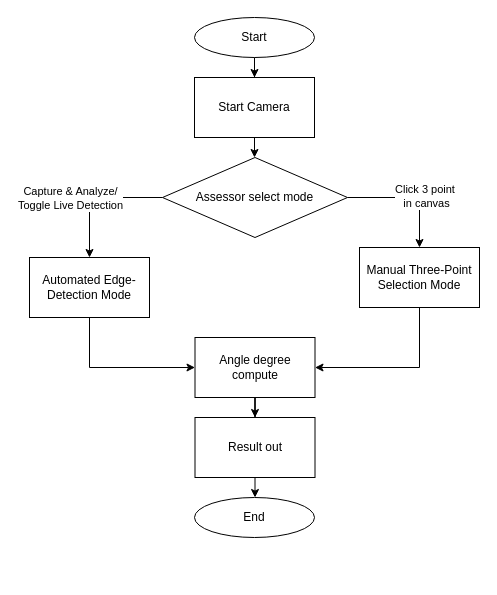
This is page "Page-2" (2 of 2) of Untitled Diagram 1.drawio from yumilor/yumilor, a draw.io file, before an edit. Source tidied: cells renumbered, new cells numbered last; positions are measured from the earlier drawing's top-left corner, leaving out a move shared by most shapes. Both pictures are drawn from the tidied source at 100%, with x=0, y=0 at pixel (29, 17).
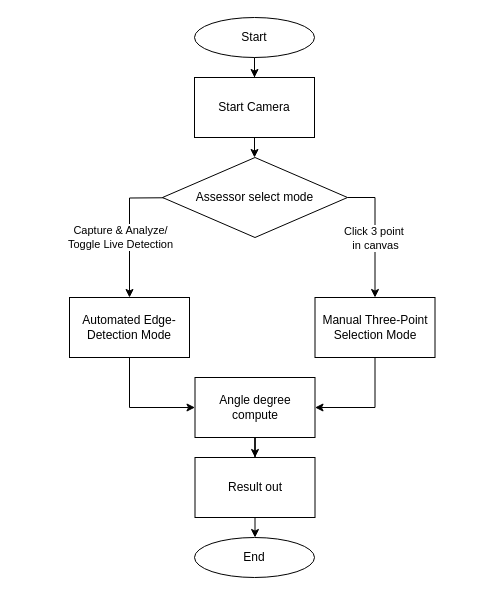
The same page after the edit.

The change refers to these unchanged cells:
```xml
<mxCell id="10" value="Assessor select mode" style="rhombus;whiteSpace=wrap;html=1;" parent="1" vertex="1">
  <mxGeometry x="133" y="140" width="185" height="80" as="geometry" />
</mxCell>
```

The edit, as a diff of the source:
```diff
@@
-    <mxCell id="6" style="edgeStyle=orthogonalEdgeStyle;rounded=0;jettySize=auto;html=1;" parent="1" edge="1" source="10" target="12">
-      <mxGeometry relative="1" as="geometry" />
+    <mxCell id="6" style="edgeStyle=orthogonalEdgeStyle;rounded=0;jettySize=auto;html=1;" parent="1" edge="1" target="12">
+      <mxGeometry relative="1" as="geometry">
+        <mxPoint x="173" y="180" as="sourcePoint" />
+      </mxGeometry>
     </mxCell>
     <mxCell id="7" value="&lt;div&gt;Capture &amp;amp; Analyze/&lt;/div&gt;&lt;div&gt;Toggle Live Detection&lt;/div&gt;" style="edgeLabel;html=1;align=center;verticalAlign=middle;" parent="6" vertex="1">
       <mxGeometry x="-0.01" relative="1" as="geometry">
-        <mxPoint x="-27" as="offset" />
+        <mxPoint x="-10" y="27" as="offset" />
       </mxGeometry>
     </mxCell>
-    <mxCell id="8" style="edgeStyle=orthogonalEdgeStyle;rounded=0;jettySize=auto;html=1;" parent="1" edge="1" source="10" target="14">
+    <mxCell id="8" style="edgeStyle=orthogonalEdgeStyle;rounded=0;jettySize=auto;html=1;exitX=1;exitY=0.5;exitDx=0;exitDy=0;" parent="1" edge="1" source="10" target="14">
       <mxGeometry relative="1" as="geometry" />
     </mxCell>
     <mxCell id="9" value="&lt;div&gt;Click 3 point&amp;nbsp;&lt;/div&gt;&lt;div&gt;in canvas&lt;/div&gt;" style="edgeLabel;html=1;align=center;verticalAlign=middle;" parent="8" vertex="1">
       <mxGeometry x="0.21" y="-4" relative="1" as="geometry">
-        <mxPoint x="10" y="-4" as="offset" />
+        <mxPoint x="4" y="-9" as="offset" />
       </mxGeometry>
     </mxCell>
@@
     <mxCell id="12" value="Automated Edge-Detection Mode" style="whiteSpace=wrap;html=1;" parent="1" vertex="1">
-      <mxGeometry y="240" width="120" height="60" as="geometry" />
+      <mxGeometry x="40" y="280" width="120" height="60" as="geometry" />
     </mxCell>
@@
     <mxCell id="14" value="Manual Three-Point Selection Mode" style="whiteSpace=wrap;html=1;" parent="1" vertex="1">
-      <mxGeometry x="330" y="230" width="120" height="60" as="geometry" />
+      <mxGeometry x="285.5" y="280" width="120" height="60" as="geometry" />
     </mxCell>
@@
     <mxCell id="16" value="Angle degree compute" style="whiteSpace=wrap;html=1;" parent="1" vertex="1">
-      <mxGeometry x="165.5" y="320" width="120" height="60" as="geometry" />
+      <mxGeometry x="165.5" y="360" width="120" height="60" as="geometry" />
     </mxCell>
@@
     <mxCell id="18" value="Result out" style="whiteSpace=wrap;html=1;" parent="1" vertex="1">
-      <mxGeometry x="165.5" y="400" width="120" height="60" as="geometry" />
+      <mxGeometry x="165.5" y="440" width="120" height="60" as="geometry" />
     </mxCell>
     <mxCell id="19" value="End" style="ellipse;whiteSpace=wrap;html=1;" parent="1" vertex="1">
-      <mxGeometry x="165" y="480" width="120" height="40" as="geometry" />
+      <mxGeometry x="165" y="520" width="120" height="40" as="geometry" />
     </mxCell>
```
